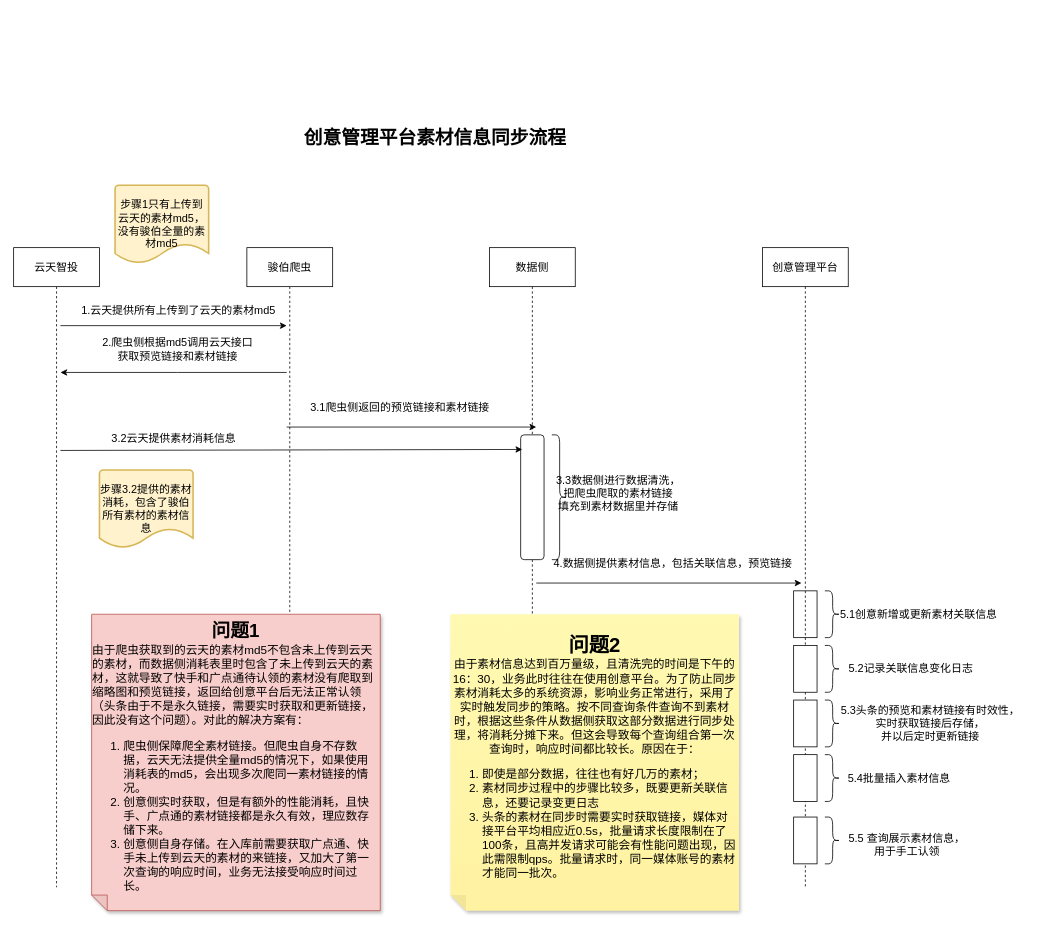
Before: 创意素材手工认领.drawio in Willhow-Gao/drawIOStore, a draw.io diagram. Source tidied: cells renumbered, new cells numbered last; positions are measured from the earlier drawing's top-left corner, leaving out a move shared by most shapes. Both pictures are drawn from the tidied source at 78%, with x=0, y=0 at pixel (13, 122).
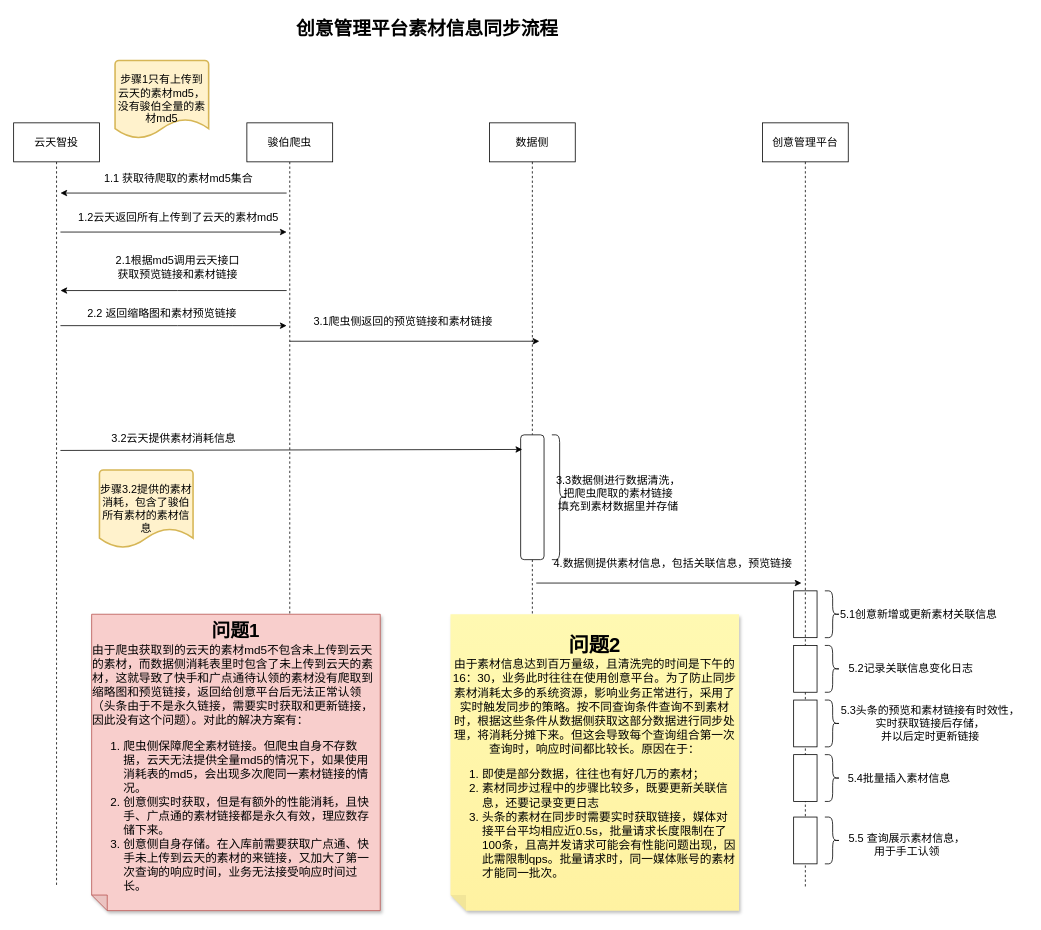
Above is the later version.

Commit message:
更新创意素材手工认领.drawio

Change to the diagram source:
```diff
@@
     <mxCell id="3" value="&lt;font style=&quot;font-size: 14px;&quot;&gt;云天智投&lt;/font&gt;" style="rounded=0;whiteSpace=wrap;html=1;" parent="1" vertex="1">
-      <mxGeometry y="160" width="110" height="50" as="geometry" />
+      <mxGeometry width="110" height="50" as="geometry" />
     </mxCell>
@@
     <mxCell id="5" value="&lt;font style=&quot;font-size: 14px;&quot;&gt;骏伯爬虫&lt;/font&gt;" style="rounded=0;whiteSpace=wrap;html=1;" parent="1" vertex="1">
-      <mxGeometry x="299" y="160" width="110" height="50" as="geometry" />
+      <mxGeometry x="299" width="110" height="50" as="geometry" />
     </mxCell>
@@
     <mxCell id="7" value="&lt;font style=&quot;font-size: 14px;&quot;&gt;数据侧&lt;/font&gt;" style="rounded=0;whiteSpace=wrap;html=1;" parent="1" vertex="1">
-      <mxGeometry x="610" y="160" width="110" height="50" as="geometry" />
+      <mxGeometry x="610" width="110" height="50" as="geometry" />
     </mxCell>
@@
     <mxCell id="9" value="&lt;font style=&quot;font-size: 14px;&quot;&gt;创意管理平台&lt;/font&gt;" style="rounded=0;whiteSpace=wrap;html=1;" parent="1" vertex="1">
-      <mxGeometry x="960" y="160" width="110" height="50" as="geometry" />
+      <mxGeometry x="960" width="110" height="50" as="geometry" />
     </mxCell>
     <mxCell id="10" style="endArrow=classic;html=1;rounded=0;" parent="1" edge="1">
       <mxGeometry relative="1" as="geometry">
-        <mxPoint x="60" y="260" as="sourcePoint" />
-        <mxPoint x="350" y="260" as="targetPoint" />
+        <mxPoint x="60" y="140" as="sourcePoint" />
+        <mxPoint x="350" y="140" as="targetPoint" />
       </mxGeometry>
     </mxCell>
-    <mxCell id="11" value="&lt;font style=&quot;font-size: 14px;&quot;&gt;1.云天提供所有上传到了云天的素材md5&lt;/font&gt;" style="edgeLabel;html=1;align=center;verticalAlign=middle;" parent="10" vertex="1">
+    <mxCell id="11" value="&lt;font style=&quot;font-size: 14px;&quot;&gt;1.2云天返回所有上传到了云天的素材md5&lt;/font&gt;" style="edgeLabel;html=1;align=center;verticalAlign=middle;" parent="10" vertex="1">
       <mxGeometry x="-0.33" y="-1" relative="1" as="geometry">
         <mxPoint x="53" y="-21" as="offset" />
       </mxGeometry>
     </mxCell>
     <mxCell id="12" style="endArrow=none;html=1;rounded=0;startArrow=classic;startFill=1;endFill=0;" parent="1" edge="1">
       <mxGeometry relative="1" as="geometry">
-        <mxPoint x="60" y="320" as="sourcePoint" />
-        <mxPoint x="350" y="320" as="targetPoint" />
+        <mxPoint x="60" y="215" as="sourcePoint" />
+        <mxPoint x="350" y="215" as="targetPoint" />
         <Array as="points">
-          <mxPoint x="210" y="320" />
+          <mxPoint x="210" y="215" />
         </Array>
       </mxGeometry>
     </mxCell>
-    <mxCell id="13" value="&lt;font style=&quot;font-size: 14px;&quot;&gt;2.爬虫侧根据md5调用云天接口&lt;br&gt;获取预览链接和素材链接&lt;/font&gt;" style="text;html=1;align=center;verticalAlign=middle;strokeColor=none;fillColor=none;" parent="1" vertex="1">
-      <mxGeometry x="100" y="265" width="220" height="50" as="geometry" />
+    <mxCell id="13" value="&lt;font style=&quot;font-size: 14px;&quot;&gt;2.1根据md5调用云天接口&lt;br&gt;获取预览链接和素材链接&lt;/font&gt;" style="text;html=1;align=center;verticalAlign=middle;strokeColor=none;fillColor=none;" parent="1" vertex="1">
+      <mxGeometry x="120" y="160" width="180" height="50" as="geometry" />
     </mxCell>
     <mxCell id="14" style="endArrow=classic;html=1;rounded=0;" parent="1" edge="1">
       <mxGeometry relative="1" as="geometry">
-        <mxPoint x="350" y="390" as="sourcePoint" />
-        <mxPoint x="670" y="390" as="targetPoint" />
+        <mxPoint x="354" y="280" as="sourcePoint" />
+        <mxPoint x="674" y="280" as="targetPoint" />
       </mxGeometry>
     </mxCell>
     <mxCell id="15" value="&lt;font style=&quot;font-size: 14px;&quot;&gt;3.1爬虫侧返回的预览链接和素材链接&lt;/font&gt;" style="text;html=1;align=center;verticalAlign=middle;strokeColor=none;fillColor=none;" parent="1" vertex="1">
-      <mxGeometry x="370" y="350" width="250" height="30" as="geometry" />
+      <mxGeometry x="374" y="240" width="250" height="30" as="geometry" />
     </mxCell>
@@
     <mxCell id="24" value="&lt;font style=&quot;font-size: 14px;&quot;&gt;步骤1只有上传到云天的素材md5，没有骏伯全量的素材md5&lt;/font&gt;" style="strokeWidth=2;html=1;shape=mxgraph.flowchart.document2;whiteSpace=wrap;size=0.25;fillColor=#fff2cc;strokeColor=#d6b656;" parent="1" vertex="1">
-      <mxGeometry x="130" y="80" width="120" height="100" as="geometry" />
+      <mxGeometry x="130" y="-80" width="120" height="100" as="geometry" />
     </mxCell>
@@
     <mxCell id="42" value="创意管理平台素材信息同步流程" style="text;strokeColor=none;fillColor=none;html=1;fontSize=24;fontStyle=1;verticalAlign=middle;align=center;" parent="1" vertex="1">
-      <mxGeometry x="490" width="100" height="40" as="geometry" />
+      <mxGeometry x="480" y="-140" width="100" height="40" as="geometry" />
     </mxCell>
@@
+    <mxCell id="45" style="endArrow=none;html=1;rounded=0;startArrow=classic;startFill=1;endFill=0;" parent="1" edge="1">
+      <mxGeometry relative="1" as="geometry">
+        <mxPoint x="60" y="90" as="sourcePoint" />
+        <mxPoint x="350" y="90" as="targetPoint" />
+      </mxGeometry>
+    </mxCell>
+    <mxCell id="46" value="&lt;font style=&quot;font-size: 14px;&quot;&gt;1.1 获取待爬取的素材md5集合&lt;/font&gt;" style="edgeLabel;html=1;align=center;verticalAlign=middle;" parent="45" vertex="1">
+      <mxGeometry x="-0.33" y="-1" relative="1" as="geometry">
+        <mxPoint x="53" y="-21" as="offset" />
+      </mxGeometry>
+    </mxCell>
+    <mxCell id="47" style="endArrow=classic;html=1;rounded=0;startArrow=none;startFill=0;endFill=1;" parent="1" edge="1">
+      <mxGeometry relative="1" as="geometry">
+        <mxPoint x="60" y="260" as="sourcePoint" />
+        <mxPoint x="350" y="260" as="targetPoint" />
+        <Array as="points">
+          <mxPoint x="210" y="260" />
+          <mxPoint x="280" y="260" />
+        </Array>
+      </mxGeometry>
+    </mxCell>
+    <mxCell id="48" value="&lt;font style=&quot;font-size: 14px;&quot;&gt;2.2 返回缩略图和素材预览链接&lt;/font&gt;" style="text;html=1;align=center;verticalAlign=middle;strokeColor=none;fillColor=none;" parent="1" vertex="1">
+      <mxGeometry x="85" y="230" width="210" height="30" as="geometry" />
+    </mxCell>
```
